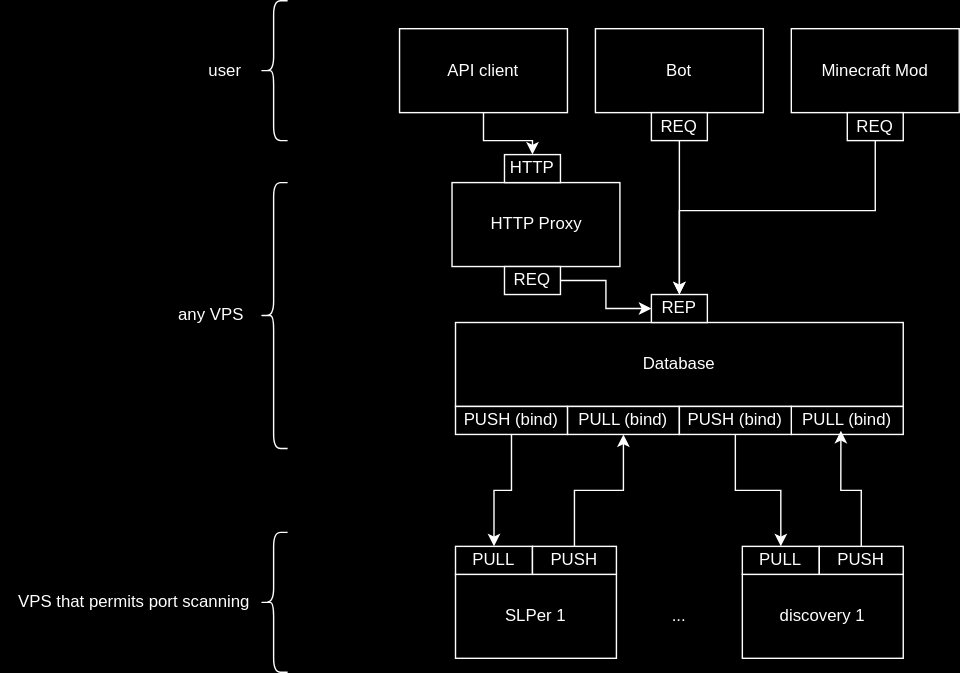
Before: arch.svg, a diagram exported from draw.io (Meesterbouwer123/OpenSeeker). Source tidied: cells renumbered, new cells last; positions are measured from the earlier drawing's top-left corner, leaving out a move shared by most shapes.
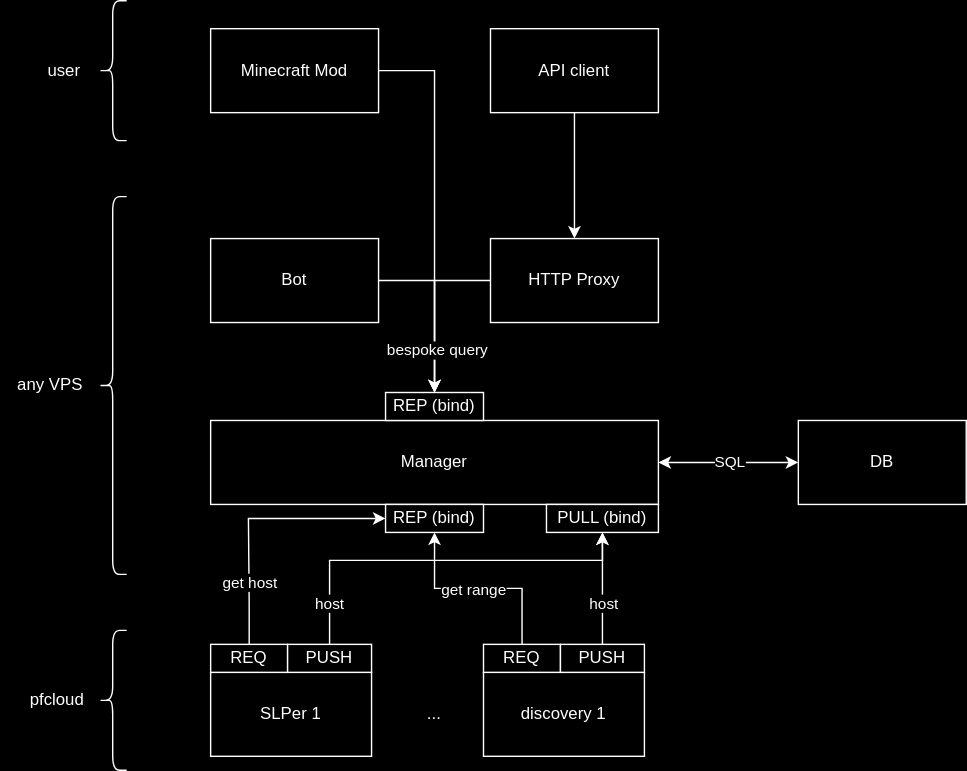
Above is the later version.

Commit message:
next design iteration

The edit, as a diff of the source:
```diff
@@ -3,114 +3,130 @@
     <mxCell id="0" />
     <mxCell id="1" parent="0" />
     <mxCell id="2" value="&lt;div&gt;SLPer 1&lt;/div&gt;" style="rounded=0;whiteSpace=wrap;html=1;" parent="1" vertex="1">
-      <mxGeometry x="325" y="410" width="115" height="60" as="geometry" />
+      <mxGeometry x="265" y="410" width="115" height="60" as="geometry" />
     </mxCell>
+    <mxCell id="37" style="edgeStyle=orthogonalEdgeStyle;rounded=0;jettySize=auto;html=1;entryX=0;entryY=0.5;entryDx=0;entryDy=0;" parent="1" edge="1" source="3" target="44">
+      <mxGeometry relative="1" as="geometry">
+        <Array as="points">
+          <mxPoint x="292" y="360" />
+          <mxPoint x="292" y="360" />
+          <mxPoint x="292" y="300" />
+        </Array>
+      </mxGeometry>
+    </mxCell>
+    <mxCell id="38" value="get host" style="edgeLabel;html=1;align=center;verticalAlign=middle;" parent="37" vertex="1">
+      <mxGeometry x="-0.52" relative="1" as="geometry" />
+    </mxCell>
-    <mxCell id="3" value="&lt;div&gt;PULL&lt;/div&gt;" style="rounded=0;whiteSpace=wrap;html=1;" parent="1" vertex="1">
-      <mxGeometry x="325" y="390" width="55" height="20" as="geometry" />
+    <mxCell id="3" value="&lt;div&gt;REQ&lt;/div&gt;" style="rounded=0;whiteSpace=wrap;html=1;" parent="1" vertex="1">
+      <mxGeometry x="265" y="390" width="55" height="20" as="geometry" />
     </mxCell>
-    <mxCell id="4" value="&lt;div&gt;Database&lt;/div&gt;" style="rounded=0;whiteSpace=wrap;html=1;" parent="1" vertex="1">
-      <mxGeometry x="325" y="230" width="320" height="60" as="geometry" />
+    <mxCell id="4" value="Manager" style="rounded=0;whiteSpace=wrap;html=1;" parent="1" vertex="1">
+      <mxGeometry x="265" y="230" width="320" height="60" as="geometry" />
     </mxCell>
-    <mxCell id="5" value="PULL (bind)" style="rounded=0;whiteSpace=wrap;html=1;" parent="1" vertex="1">
-      <mxGeometry x="405" y="290" width="80" height="20" as="geometry" />
-    </mxCell>
-    <mxCell id="6" style="edgeStyle=orthogonalEdgeStyle;rounded=0;jettySize=auto;html=1;entryX=0.5;entryY=1;entryDx=0;entryDy=0;" parent="1" edge="1" source="7" target="5">
-      <mxGeometry relative="1" as="geometry" />
-    </mxCell>
+    <mxCell id="39" style="edgeStyle=orthogonalEdgeStyle;rounded=0;jettySize=auto;html=1;entryX=0.5;entryY=1;entryDx=0;entryDy=0;" parent="1" edge="1" source="7" target="11">
+      <mxGeometry relative="1" as="geometry">
+        <Array as="points">
+          <mxPoint x="350" y="330" />
+          <mxPoint x="545" y="330" />
+        </Array>
+      </mxGeometry>
+    </mxCell>
+    <mxCell id="40" value="host" style="edgeLabel;html=1;align=center;verticalAlign=middle;" parent="39" vertex="1">
+      <mxGeometry x="-0.69" y="-1" relative="1" as="geometry">
+        <mxPoint x="-1" y="13" as="offset" />
+      </mxGeometry>
+    </mxCell>
     <mxCell id="7" value="PUSH" style="rounded=0;whiteSpace=wrap;html=1;" parent="1" vertex="1">
-      <mxGeometry x="380" y="390" width="60" height="20" as="geometry" />
+      <mxGeometry x="320" y="390" width="60" height="20" as="geometry" />
     </mxCell>
-    <mxCell id="8" style="edgeStyle=orthogonalEdgeStyle;rounded=0;jettySize=auto;html=1;exitX=0.5;exitY=1;exitDx=0;exitDy=0;" parent="1" edge="1" source="9" target="3">
-      <mxGeometry relative="1" as="geometry" />
-    </mxCell>
-    <mxCell id="9" value="&lt;div&gt;PUSH (bind)&lt;/div&gt;" style="rounded=0;whiteSpace=wrap;html=1;" parent="1" vertex="1">
-      <mxGeometry x="325" y="290" width="80" height="20" as="geometry" />
-    </mxCell>
-    <mxCell id="10" value="&lt;div&gt;HTTP Proxy&lt;br&gt;&lt;/div&gt;" style="rounded=0;whiteSpace=wrap;html=1;" parent="1" vertex="1">
-      <mxGeometry x="322.5" y="130" width="120" height="60" as="geometry" />
-    </mxCell>
     <mxCell id="11" value="PULL (bind)" style="rounded=0;whiteSpace=wrap;html=1;" parent="1" vertex="1">
-      <mxGeometry x="565" y="290" width="80" height="20" as="geometry" />
+      <mxGeometry x="505" y="290" width="80" height="20" as="geometry" />
     </mxCell>
-    <mxCell id="12" style="edgeStyle=orthogonalEdgeStyle;rounded=0;jettySize=auto;html=1;" parent="1" edge="1" source="13" target="15">
-      <mxGeometry relative="1" as="geometry" />
-    </mxCell>
-    <mxCell id="13" value="&lt;div&gt;PUSH (bind)&lt;/div&gt;" style="rounded=0;whiteSpace=wrap;html=1;" parent="1" vertex="1">
-      <mxGeometry x="485" y="290" width="80" height="20" as="geometry" />
-    </mxCell>
     <mxCell id="14" value="&lt;div&gt;discovery 1&lt;/div&gt;" style="rounded=0;whiteSpace=wrap;html=1;" parent="1" vertex="1">
-      <mxGeometry x="530" y="410" width="115" height="60" as="geometry" />
+      <mxGeometry x="460" y="410" width="115" height="60" as="geometry" />
     </mxCell>
+    <mxCell id="41" style="edgeStyle=orthogonalEdgeStyle;rounded=0;jettySize=auto;html=1;entryX=0.5;entryY=1;entryDx=0;entryDy=0;" parent="1" edge="1" source="15" target="44">
+      <mxGeometry relative="1" as="geometry" />
+    </mxCell>
+    <mxCell id="42" value="get range" style="edgeLabel;html=1;align=center;verticalAlign=middle;" parent="41" vertex="1">
+      <mxGeometry x="0.06" y="1" relative="1" as="geometry" />
+    </mxCell>
-    <mxCell id="15" value="&lt;div&gt;PULL&lt;/div&gt;" style="rounded=0;whiteSpace=wrap;html=1;" parent="1" vertex="1">
-      <mxGeometry x="530" y="390" width="55" height="20" as="geometry" />
+    <mxCell id="15" value="REQ" style="rounded=0;whiteSpace=wrap;html=1;" parent="1" vertex="1">
+      <mxGeometry x="460" y="390" width="55" height="20" as="geometry" />
     </mxCell>
+    <mxCell id="17" style="edgeStyle=orthogonalEdgeStyle;rounded=0;jettySize=auto;html=1;" parent="1" edge="1" source="16" target="11">
+      <mxGeometry relative="1" as="geometry" />
+    </mxCell>
+    <mxCell id="43" value="host" style="edgeLabel;html=1;align=center;verticalAlign=middle;" parent="17" vertex="1">
+      <mxGeometry x="-0.27" y="-1" relative="1" as="geometry" />
+    </mxCell>
     <mxCell id="16" value="PUSH" style="rounded=0;whiteSpace=wrap;html=1;" parent="1" vertex="1">
-      <mxGeometry x="585" y="390" width="60" height="20" as="geometry" />
+      <mxGeometry x="515" y="390" width="60" height="20" as="geometry" />
     </mxCell>
-    <mxCell id="17" style="edgeStyle=orthogonalEdgeStyle;rounded=0;jettySize=auto;html=1;entryX=0.443;entryY=0.869;entryDx=0;entryDy=0;entryPerimeter=0;" parent="1" edge="1" source="16" target="11">
-      <mxGeometry relative="1" as="geometry" />
-    </mxCell>
-    <mxCell id="18" value="REP" style="rounded=0;whiteSpace=wrap;html=1;" parent="1" vertex="1">
-      <mxGeometry x="465" y="210" width="40" height="20" as="geometry" />
-    </mxCell>
     <mxCell id="19" style="shape=curlyBracket;whiteSpace=wrap;html=1;rounded=1;labelPosition=left;verticalLabelPosition=middle;align=right;verticalAlign=middle;size=0.5;" parent="1" vertex="1">
       <mxGeometry x="185" y="380" width="20" height="100" as="geometry" />
     </mxCell>
-    <mxCell id="20" value="VPS that permits port scanning" style="text;html=1;align=center;verticalAlign=middle;strokeColor=none;fillColor=none;" parent="1" vertex="1">
-      <mxGeometry y="415" width="190" height="30" as="geometry" />
+    <mxCell id="20" value="&lt;div&gt;pfcloud&lt;/div&gt;" style="text;html=1;align=center;verticalAlign=middle;strokeColor=none;fillColor=none;" parent="1" vertex="1">
+      <mxGeometry x="125" y="415" width="60" height="30" as="geometry" />
     </mxCell>
-    <mxCell id="21" style="edgeStyle=orthogonalEdgeStyle;rounded=0;jettySize=auto;html=1;entryX=0;entryY=0.5;entryDx=0;entryDy=0;" parent="1" edge="1" source="22" target="18">
-      <mxGeometry relative="1" as="geometry" />
-    </mxCell>
-    <mxCell id="22" value="REQ" style="rounded=0;whiteSpace=wrap;html=1;" parent="1" vertex="1">
-      <mxGeometry x="360" y="190" width="40" height="20" as="geometry" />
-    </mxCell>
-    <mxCell id="23" value="&lt;div&gt;Bot&lt;/div&gt;" style="rounded=0;whiteSpace=wrap;html=1;" parent="1" vertex="1">
-      <mxGeometry x="425" y="20" width="120" height="60" as="geometry" />
-    </mxCell>
-    <mxCell id="24" style="edgeStyle=orthogonalEdgeStyle;rounded=0;jettySize=auto;html=1;entryX=0.5;entryY=0;entryDx=0;entryDy=0;" parent="1" edge="1" source="25" target="18">
-      <mxGeometry relative="1" as="geometry" />
-    </mxCell>
-    <mxCell id="25" value="REQ" style="rounded=0;whiteSpace=wrap;html=1;" parent="1" vertex="1">
-      <mxGeometry x="465" y="80" width="40" height="20" as="geometry" />
-    </mxCell>
     <mxCell id="26" style="shape=curlyBracket;whiteSpace=wrap;html=1;rounded=1;labelPosition=left;verticalLabelPosition=middle;align=right;verticalAlign=middle;size=0.5;" parent="1" vertex="1">
-      <mxGeometry x="185" y="130" width="20" height="190" as="geometry" />
+      <mxGeometry x="185" y="70" width="20" height="270" as="geometry" />
     </mxCell>
     <mxCell id="27" value="any VPS" style="text;html=1;align=center;verticalAlign=middle;strokeColor=none;fillColor=none;" parent="1" vertex="1">
-      <mxGeometry x="115" y="210" width="70" height="30" as="geometry" />
+      <mxGeometry x="115" y="190" width="70" height="30" as="geometry" />
     </mxCell>
     <mxCell id="28" style="shape=curlyBracket;whiteSpace=wrap;html=1;rounded=1;labelPosition=left;verticalLabelPosition=middle;align=right;verticalAlign=middle;size=0.5;" parent="1" vertex="1">
-      <mxGeometry x="185" width="20" height="100" as="geometry" />
+      <mxGeometry x="185" y="-70" width="20" height="100" as="geometry" />
     </mxCell>
     <mxCell id="29" value="&lt;div&gt;user&lt;/div&gt;" style="text;html=1;align=center;verticalAlign=middle;strokeColor=none;fillColor=none;" parent="1" vertex="1">
-      <mxGeometry x="135" y="35" width="50" height="30" as="geometry" />
+      <mxGeometry x="135" y="-35" width="50" height="30" as="geometry" />
     </mxCell>
+    <mxCell id="36" value="..." style="text;html=1;align=center;verticalAlign=middle;whiteSpace=wrap;rounded=0;" parent="1" vertex="1">
+      <mxGeometry x="395" y="425" width="60" height="30" as="geometry" />
+    </mxCell>
+    <mxCell id="44" value="REP (bind)" style="rounded=0;whiteSpace=wrap;html=1;" parent="1" vertex="1">
+      <mxGeometry x="390" y="290" width="70" height="20" as="geometry" />
+    </mxCell>
+    <mxCell id="45" style="edgeStyle=orthogonalEdgeStyle;rounded=0;jettySize=auto;html=1;entryX=1;entryY=0.5;entryDx=0;entryDy=0;startArrow=classic;startFill=1;" parent="1" edge="1" source="47" target="4">
+      <mxGeometry relative="1" as="geometry" />
+    </mxCell>
+    <mxCell id="46" value="SQL" style="edgeLabel;html=1;align=center;verticalAlign=middle;" parent="45" vertex="1">
+      <mxGeometry x="0.28" y="4" relative="1" as="geometry">
+        <mxPoint x="14" y="-4" as="offset" />
+      </mxGeometry>
+    </mxCell>
+    <mxCell id="47" value="DB" style="rounded=0;whiteSpace=wrap;html=1;" parent="1" vertex="1">
+      <mxGeometry x="685" y="230" width="120" height="60" as="geometry" />
+    </mxCell>
+    <mxCell id="48" style="edgeStyle=orthogonalEdgeStyle;rounded=0;jettySize=auto;html=1;entryX=0.5;entryY=0;entryDx=0;entryDy=0;" parent="1" edge="1" source="10" target="49">
+      <mxGeometry relative="1" as="geometry" />
+    </mxCell>
+    <mxCell id="10" value="&lt;div&gt;HTTP Proxy&lt;/div&gt;" style="rounded=0;whiteSpace=wrap;html=1;" parent="1" vertex="1">
+      <mxGeometry x="465" y="100" width="120" height="60" as="geometry" />
+    </mxCell>
+    <mxCell id="49" value="REP (bind)" style="rounded=0;whiteSpace=wrap;html=1;" parent="1" vertex="1">
+      <mxGeometry x="390" y="210" width="70" height="20" as="geometry" />
+    </mxCell>
+    <mxCell id="50" style="edgeStyle=orthogonalEdgeStyle;rounded=0;jettySize=auto;html=1;entryX=0.5;entryY=0;entryDx=0;entryDy=0;" parent="1" edge="1" source="23" target="49">
+      <mxGeometry relative="1" as="geometry" />
+    </mxCell>
+    <mxCell id="23" value="Bot" style="rounded=0;whiteSpace=wrap;html=1;" parent="1" vertex="1">
+      <mxGeometry x="265" y="100" width="120" height="60" as="geometry" />
+    </mxCell>
+    <mxCell id="51" style="edgeStyle=orthogonalEdgeStyle;rounded=0;jettySize=auto;html=1;entryX=0.5;entryY=0;entryDx=0;entryDy=0;" parent="1" edge="1" source="30" target="49">
+      <mxGeometry relative="1" as="geometry" />
+    </mxCell>
+    <mxCell id="52" value="bespoke query" style="edgeLabel;html=1;align=center;verticalAlign=middle;" parent="51" vertex="1">
+      <mxGeometry x="0.78" y="2" relative="1" as="geometry" />
+    </mxCell>
     <mxCell id="30" value="Minecraft Mod" style="rounded=0;whiteSpace=wrap;html=1;" parent="1" vertex="1">
-      <mxGeometry x="565" y="20" width="120" height="60" as="geometry" />
+      <mxGeometry x="265" y="-50" width="120" height="60" as="geometry" />
     </mxCell>
-    <mxCell id="31" style="edgeStyle=orthogonalEdgeStyle;rounded=0;jettySize=auto;html=1;entryX=0.5;entryY=0;entryDx=0;entryDy=0;" parent="1" edge="1" source="32" target="18">
-      <mxGeometry relative="1" as="geometry">
-        <Array as="points">
-          <mxPoint x="625" y="150" />
-          <mxPoint x="485" y="150" />
-        </Array>
-      </mxGeometry>
-    </mxCell>
-    <mxCell id="32" value="REQ" style="rounded=0;whiteSpace=wrap;html=1;" parent="1" vertex="1">
-      <mxGeometry x="605" y="80" width="40" height="20" as="geometry" />
-    </mxCell>
-    <mxCell id="33" style="edgeStyle=orthogonalEdgeStyle;rounded=0;jettySize=auto;html=1;entryX=0.5;entryY=0;entryDx=0;entryDy=0;" parent="1" edge="1" source="34" target="35">
-      <mxGeometry relative="1" as="geometry" />
-    </mxCell>
+    <mxCell id="53" style="edgeStyle=orthogonalEdgeStyle;rounded=0;jettySize=auto;html=1;" parent="1" edge="1" source="34" target="10">
+      <mxGeometry relative="1" as="geometry" />
+    </mxCell>
     <mxCell id="34" value="API client" style="rounded=0;whiteSpace=wrap;html=1;" parent="1" vertex="1">
-      <mxGeometry x="285" y="20" width="120" height="60" as="geometry" />
+      <mxGeometry x="465" y="-50" width="120" height="60" as="geometry" />
     </mxCell>
-    <mxCell id="35" value="HTTP" style="rounded=0;whiteSpace=wrap;html=1;" parent="1" vertex="1">
-      <mxGeometry x="360" y="110" width="40" height="20" as="geometry" />
-    </mxCell>
-    <mxCell id="36" value="..." style="text;html=1;align=center;verticalAlign=middle;whiteSpace=wrap;rounded=0;" parent="1" vertex="1">
-      <mxGeometry x="455" y="425" width="60" height="30" as="geometry" />
-    </mxCell>
   </root>
 </mxGraphModel>
```
